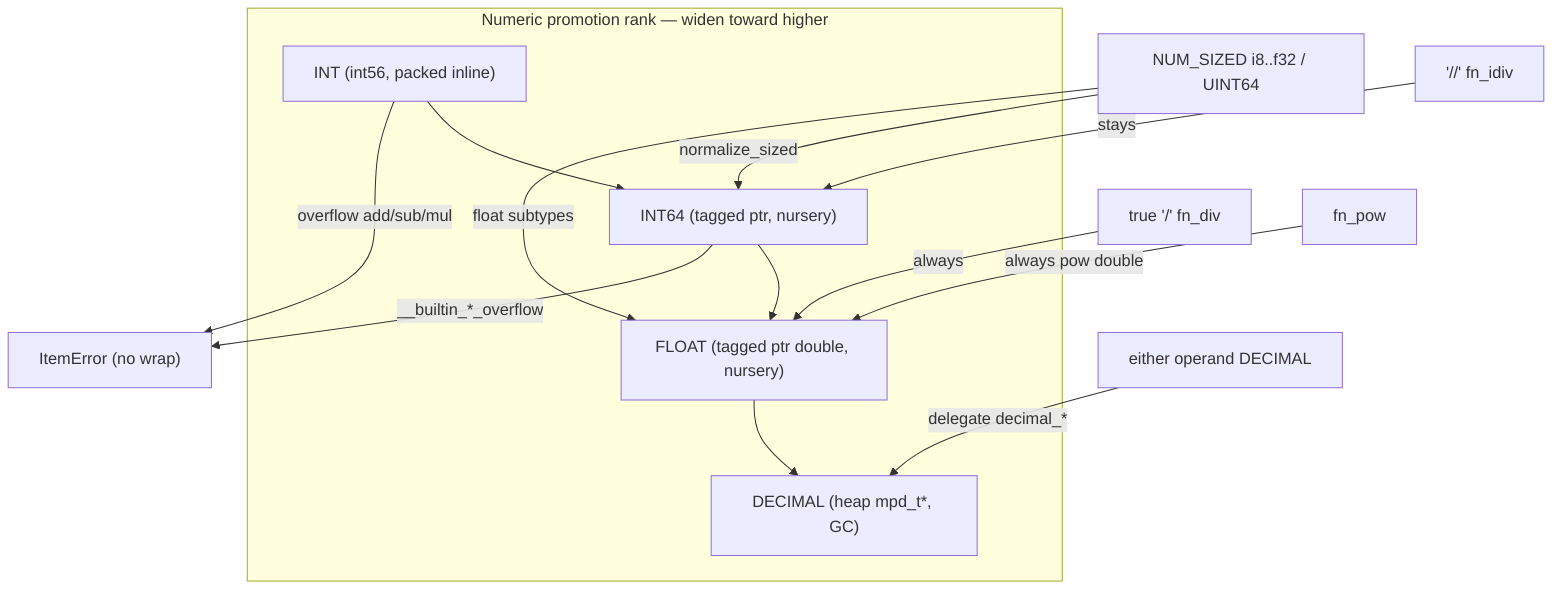
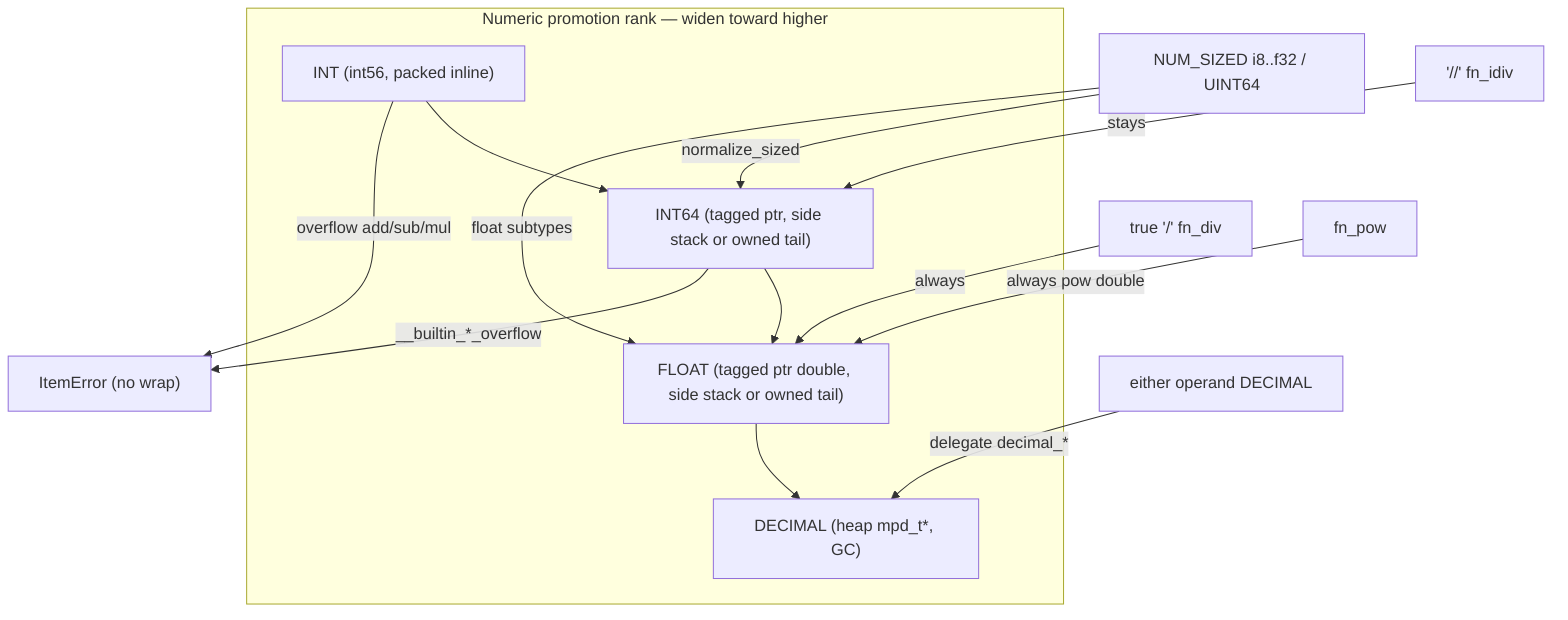
flowchart TD
  subgraph tower["Numeric promotion rank — widen toward higher"]
    INT["INT (int56, packed inline)"]
-     INT64["INT64 (tagged ptr, nursery)"]
-     FLOAT["FLOAT (tagged ptr double, nursery)"]
+     INT64["INT64 (tagged ptr, side stack or owned tail)"]
+     FLOAT["FLOAT (tagged ptr double, side stack or owned tail)"]
    DECIMAL["DECIMAL (heap mpd_t*, GC)"]
    INT --> INT64 --> FLOAT --> DECIMAL
  end
  NUM_SIZED["NUM_SIZED i8..f32 / UINT64"]
  NUM_SIZED -->|normalize_sized| INT64
  NUM_SIZED -->|float subtypes| FLOAT
  INT -->|overflow add/sub/mul| ERR["ItemError (no wrap)"]
  INT64 -->|__builtin_*_overflow| ERR
  DIV["true '/' fn_div"] -->|always| FLOAT
  IDIV["'//' fn_idiv"] -->|stays| INT64
  POW["fn_pow"] -->|always pow double| FLOAT
  ANY["either operand DECIMAL"] -->|delegate decimal_*| DECIMAL
